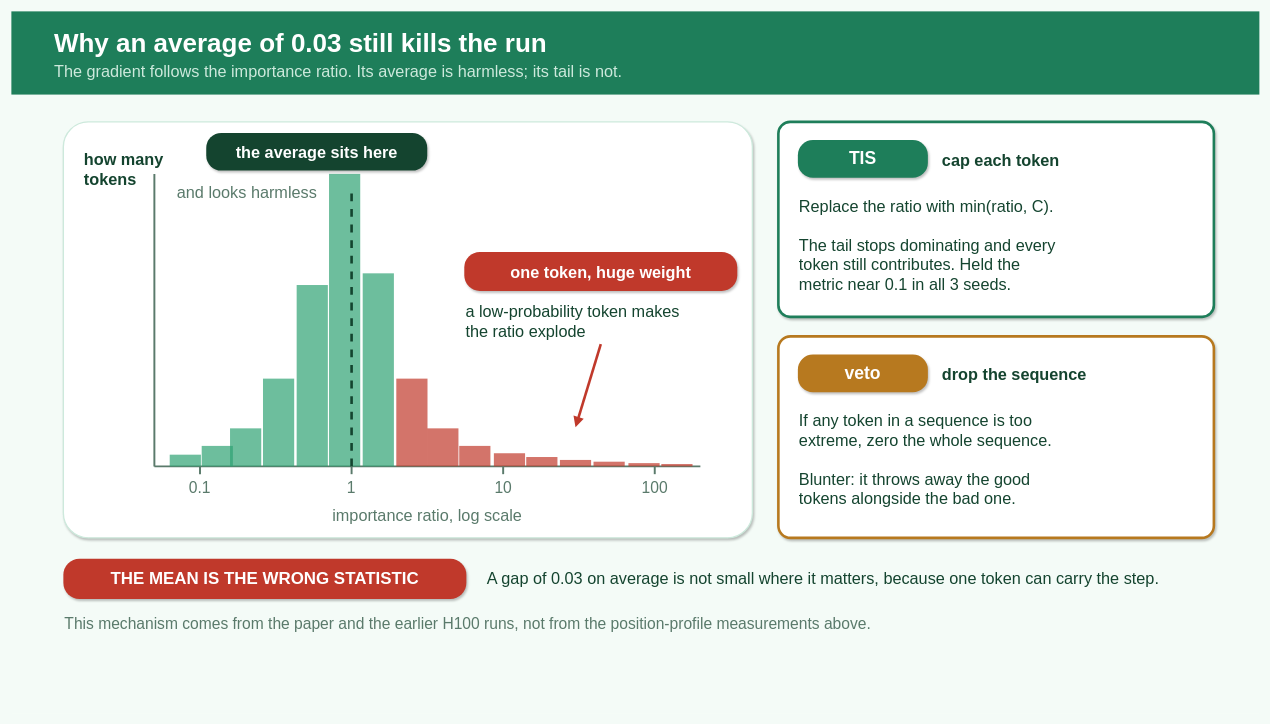
Earlier version of the draw.io diagram 2026-07-19-miles-training-inference-mismatch/diagrams/fig3_tail.drawio (littlemex/distributed-ai). Source tidied: cells renumbered, new cells numbered last; positions are measured from the earlier drawing's top-left corner, leaving out a move shared by most shapes. Both pictures are drawn from the tidied source at 65%, with x=0, y=0 at pixel (11, 11).
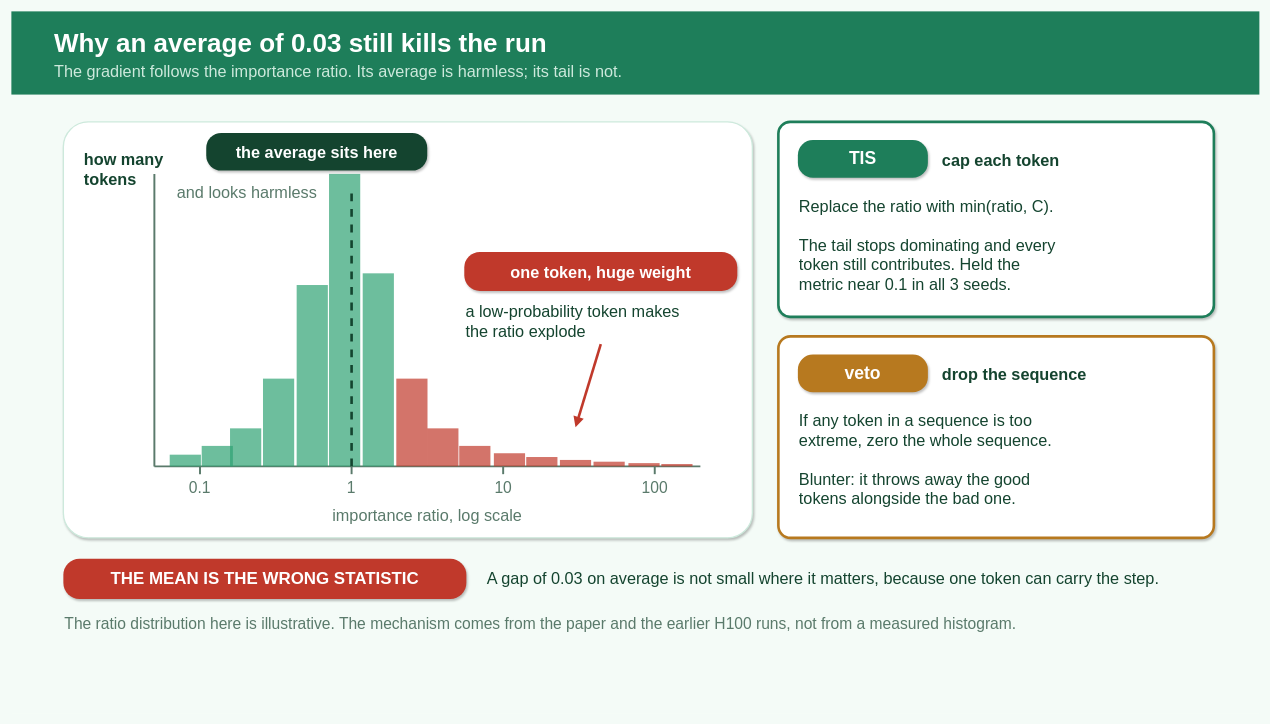
After the change.

Commit message (it also covers changes not shown here):
docs(miles): fix two wrong statements baked into the figures themselves

What changed in the source:
```diff
@@
-    <mxCell id="51" value="This mechanism comes from the paper and the earlier H100 runs, not from the position-profile measurements above." style="text;html=1;whiteSpace=wrap;align=left;verticalAlign=middle;fontColor=#5A7A6B;strokeColor=none;fillColor=none;fontFamily=Helvetica;fontSize=24;" parent="1" vertex="1">
+    <mxCell id="51" value="The ratio distribution here is illustrative. The mechanism comes from the paper and the earlier H100 runs, not from a measured histogram." style="text;html=1;whiteSpace=wrap;align=left;verticalAlign=middle;fontColor=#5A7A6B;strokeColor=none;fillColor=none;fontFamily=Helvetica;fontSize=24;" parent="1" vertex="1">
       <mxGeometry x="80" y="920" width="1770" height="44" as="geometry" />
     </mxCell>
```
